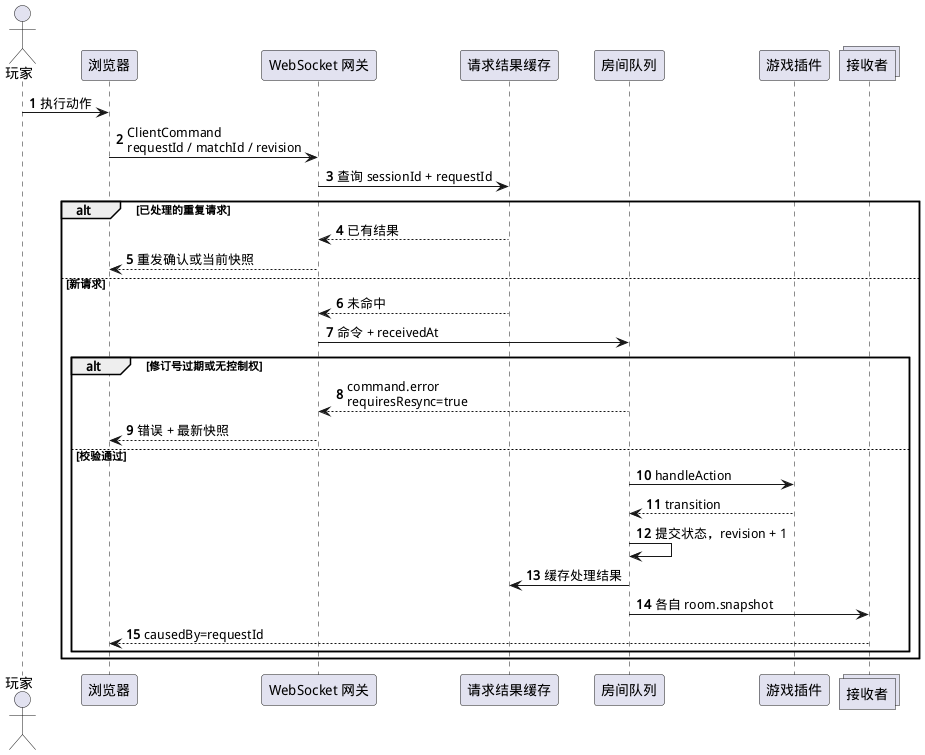
The PlantUML diagram docs/images/protocol-fig01.png in huzife/tabletop, before a commit.
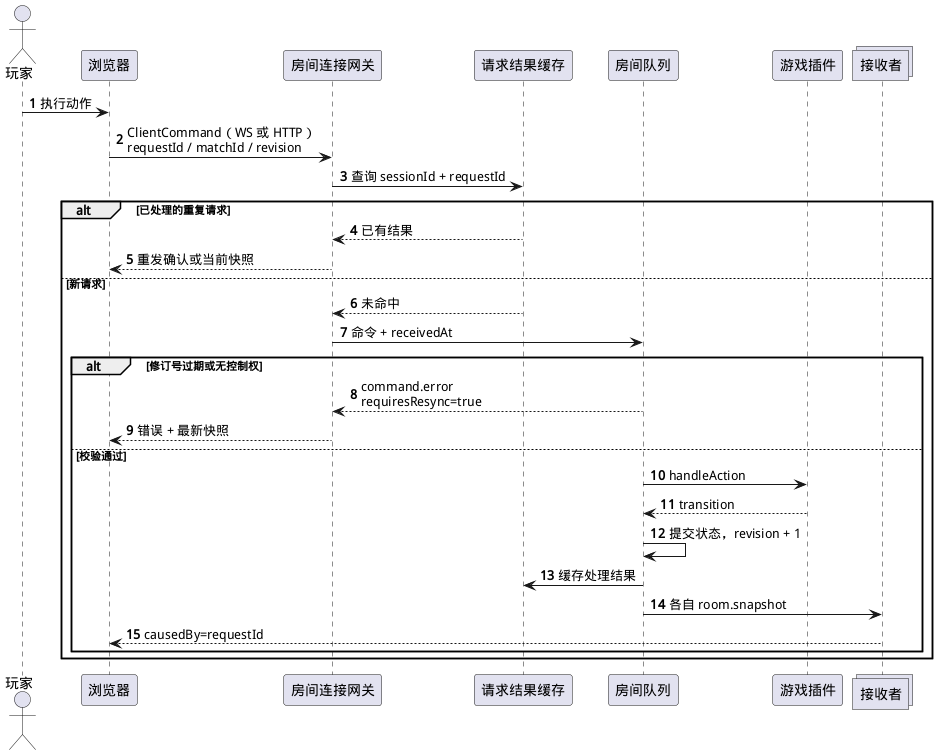
After the commit.

What changed in the source:
```diff
@@ -6,14 +6,14 @@
 
 actor 玩家
 participant 浏览器
-participant "WebSocket 网关" as Gateway
+participant "房间连接网关" as Gateway
 participant "请求结果缓存" as Cache
 participant "房间队列" as Queue
 participant "游戏插件" as Plugin
 collections "接收者" as Peers
 
 玩家 -> 浏览器 : 执行动作
-浏览器 -> Gateway : ClientCommand\nrequestId / matchId / revision
+浏览器 -> Gateway : ClientCommand（WS 或 HTTP）\nrequestId / matchId / revision
 Gateway -> Cache : 查询 sessionId + requestId
 
 alt 已处理的重复请求
```
